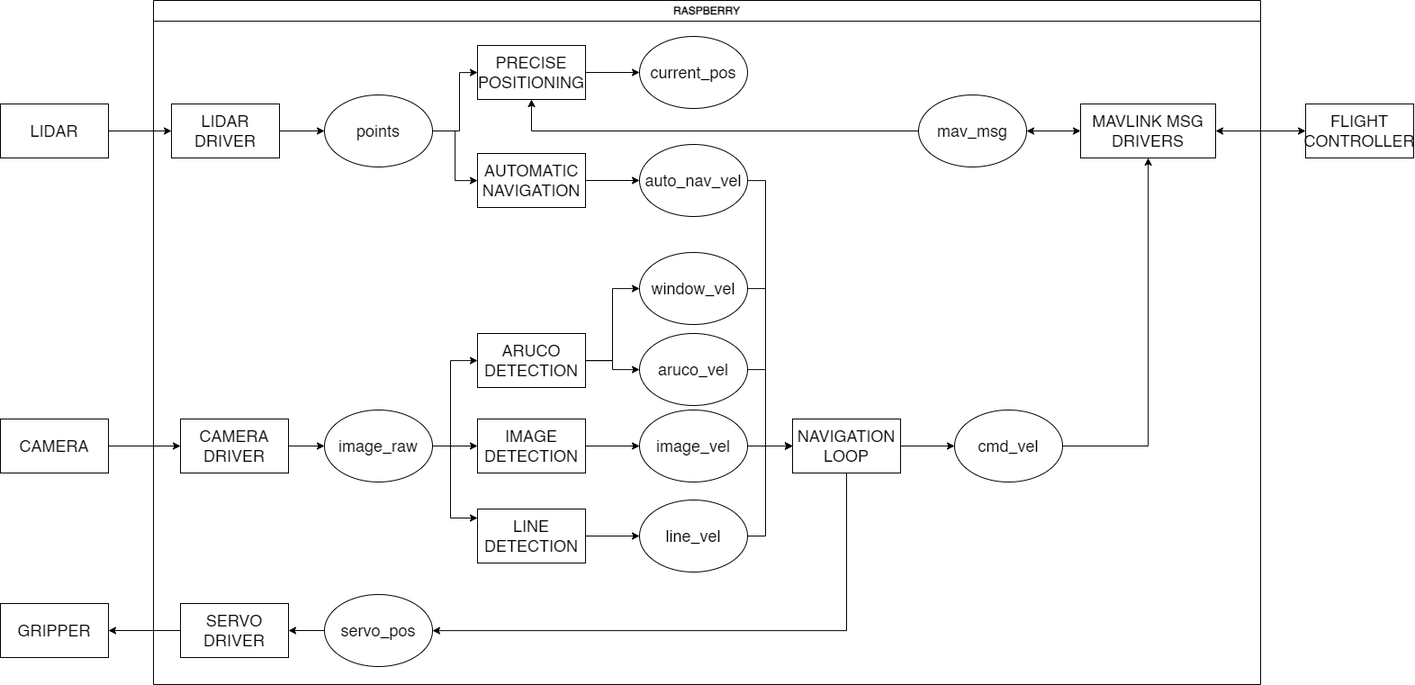
Above: ros_diagram.drawio.png in Mi-LeV/Concours_Droneload_2025 (draw.io), before the change. Source tidied: cells renumbered, new cells last; positions are measured from the earlier drawing's top-left corner, leaving out a move shared by most shapes.
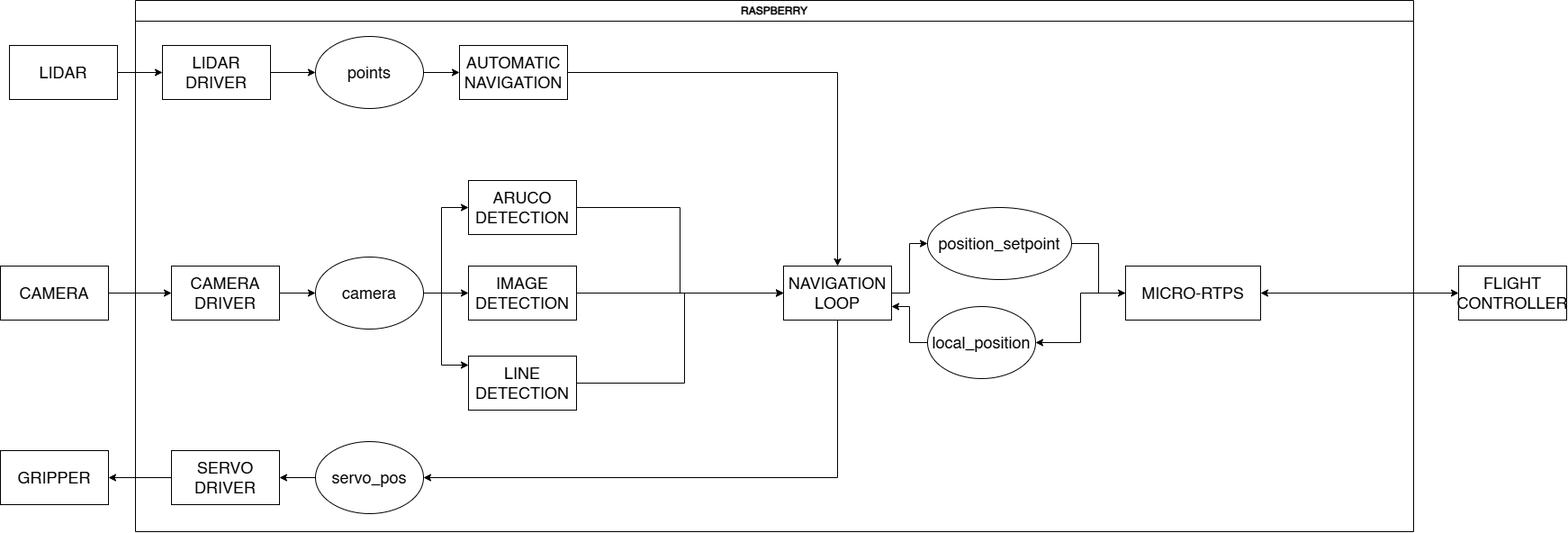
The same diagram one commit later.

Commit message:
Mettre à jour ros_diagram.drawio.png

Diff of the diagram source:
```diff
@@ -3,107 +3,75 @@
     <mxCell id="0" />
     <mxCell id="1" parent="0" />
     <mxCell id="2" value="RASPBERRY" style="swimlane;whiteSpace=wrap;html=1;" parent="1" vertex="1">
-      <mxGeometry x="170" width="1230" height="760" as="geometry" />
+      <mxGeometry x="140" y="70" width="1420" height="590" as="geometry" />
     </mxCell>
     <mxCell id="3" style="edgeStyle=orthogonalEdgeStyle;rounded=0;jettySize=auto;html=1;" parent="2" edge="1" source="4" target="7">
       <mxGeometry relative="1" as="geometry" />
     </mxCell>
     <mxCell id="4" value="LIDAR DRIVER" style="rounded=0;whiteSpace=wrap;html=1;fontSize=18;" parent="2" vertex="1">
-      <mxGeometry x="20" y="115" width="120" height="60" as="geometry" />
+      <mxGeometry x="30" y="50" width="120" height="60" as="geometry" />
     </mxCell>
-    <mxCell id="5" style="edgeStyle=orthogonalEdgeStyle;rounded=0;jettySize=auto;html=1;" parent="2" edge="1" source="7" target="11">
-      <mxGeometry relative="1" as="geometry">
-        <Array as="points">
-          <mxPoint x="340" y="145" />
-          <mxPoint x="340" y="80" />
-        </Array>
-      </mxGeometry>
-    </mxCell>
     <mxCell id="6" style="edgeStyle=orthogonalEdgeStyle;rounded=0;jettySize=auto;html=1;" parent="2" edge="1" source="7" target="9">
       <mxGeometry relative="1" as="geometry" />
     </mxCell>
     <mxCell id="7" value="&lt;font&gt;points&lt;/font&gt;" style="ellipse;whiteSpace=wrap;html=1;fontSize=18;" parent="2" vertex="1">
-      <mxGeometry x="190" y="105" width="120" height="80" as="geometry" />
+      <mxGeometry x="200" y="40" width="120" height="80" as="geometry" />
     </mxCell>
-    <mxCell id="8" style="edgeStyle=orthogonalEdgeStyle;rounded=0;jettySize=auto;html=1;" parent="2" edge="1" source="9" target="42">
-      <mxGeometry relative="1" as="geometry" />
-    </mxCell>
+    <mxCell id="56" style="edgeStyle=orthogonalEdgeStyle;rounded=0;jettySize=auto;html=1;" parent="2" edge="1" source="9" target="40">
+      <mxGeometry relative="1" as="geometry" />
+    </mxCell>
     <mxCell id="9" value="AUTOMATIC NAVIGATION" style="rounded=0;whiteSpace=wrap;html=1;fontSize=18;" parent="2" vertex="1">
-      <mxGeometry x="360" y="170" width="120" height="60" as="geometry" />
+      <mxGeometry x="360" y="50" width="120" height="60" as="geometry" />
     </mxCell>
-    <mxCell id="10" style="edgeStyle=orthogonalEdgeStyle;rounded=0;jettySize=auto;html=1;" parent="2" edge="1" source="11" target="45">
-      <mxGeometry relative="1" as="geometry" />
-    </mxCell>
-    <mxCell id="11" value="PRECISE POSITIONING" style="rounded=0;whiteSpace=wrap;html=1;fontSize=18;" parent="2" vertex="1">
-      <mxGeometry x="360" y="50" width="120" height="60" as="geometry" />
-    </mxCell>
-    <mxCell id="12" value="MAVLINK MSG DRIVERS" style="rounded=0;whiteSpace=wrap;html=1;fontSize=18;" parent="2" vertex="1">
-      <mxGeometry x="1030" y="115" width="150" height="60" as="geometry" />
-    </mxCell>
-    <mxCell id="13" style="edgeStyle=orthogonalEdgeStyle;rounded=0;jettySize=auto;html=1;startArrow=classic;startFill=1;" parent="2" edge="1" source="15" target="12">
+    <mxCell id="13" style="edgeStyle=orthogonalEdgeStyle;rounded=0;jettySize=auto;html=1;" parent="2" edge="1" source="15" target="12">
       <mxGeometry relative="1" as="geometry" />
     </mxCell>
-    <mxCell id="14" style="edgeStyle=orthogonalEdgeStyle;rounded=0;jettySize=auto;html=1;" parent="2" edge="1" source="15" target="11">
-      <mxGeometry relative="1" as="geometry">
-        <Array as="points">
-          <mxPoint x="420" y="145" />
-        </Array>
-      </mxGeometry>
-    </mxCell>
-    <mxCell id="15" value="&lt;font&gt;mav_msg&lt;/font&gt;" style="ellipse;whiteSpace=wrap;html=1;fontSize=18;" parent="2" vertex="1">
-      <mxGeometry x="850" y="105" width="120" height="80" as="geometry" />
+    <mxCell id="15" value="position_setpoint" style="ellipse;whiteSpace=wrap;html=1;fontSize=18;" parent="2" vertex="1">
+      <mxGeometry x="880" y="230" width="160" height="80" as="geometry" />
     </mxCell>
-    <mxCell id="16" style="edgeStyle=orthogonalEdgeStyle;rounded=0;jettySize=auto;html=1;" parent="2" edge="1" source="18" target="33">
-      <mxGeometry relative="1" as="geometry">
-        <Array as="points">
-          <mxPoint x="510" y="400" />
-          <mxPoint x="510" y="410" />
-        </Array>
-      </mxGeometry>
-    </mxCell>
-    <mxCell id="17" style="edgeStyle=orthogonalEdgeStyle;rounded=0;jettySize=auto;html=1;" parent="2" edge="1" source="18" target="47">
-      <mxGeometry relative="1" as="geometry">
-        <Array as="points">
-          <mxPoint x="510" y="400" />
-          <mxPoint x="510" y="320" />
-        </Array>
-      </mxGeometry>
-    </mxCell>
+    <mxCell id="57" style="edgeStyle=orthogonalEdgeStyle;rounded=0;jettySize=auto;html=1;entryX=0;entryY=0.5;entryDx=0;entryDy=0;" parent="2" edge="1" source="18" target="40">
+      <mxGeometry relative="1" as="geometry" />
+    </mxCell>
     <mxCell id="18" value="ARUCO DETECTION" style="rounded=0;whiteSpace=wrap;html=1;fontSize=18;" parent="2" vertex="1">
-      <mxGeometry x="360" y="370" width="120" height="60" as="geometry" />
+      <mxGeometry x="370" y="200" width="120" height="60" as="geometry" />
     </mxCell>
-    <mxCell id="19" style="edgeStyle=orthogonalEdgeStyle;rounded=0;jettySize=auto;html=1;" parent="2" edge="1" source="20" target="35">
-      <mxGeometry relative="1" as="geometry" />
-    </mxCell>
+    <mxCell id="58" style="edgeStyle=orthogonalEdgeStyle;rounded=0;jettySize=auto;html=1;" parent="2" edge="1" source="20" target="40">
+      <mxGeometry relative="1" as="geometry" />
+    </mxCell>
     <mxCell id="20" value="IMAGE DETECTION" style="rounded=0;whiteSpace=wrap;html=1;fontSize=18;" parent="2" vertex="1">
-      <mxGeometry x="360" y="465" width="120" height="60" as="geometry" />
+      <mxGeometry x="370" y="295" width="120" height="60" as="geometry" />
     </mxCell>
-    <mxCell id="21" style="edgeStyle=orthogonalEdgeStyle;rounded=0;jettySize=auto;html=1;" parent="2" edge="1" source="22" target="37">
-      <mxGeometry relative="1" as="geometry" />
-    </mxCell>
+    <mxCell id="59" style="edgeStyle=orthogonalEdgeStyle;rounded=0;jettySize=auto;html=1;" parent="2" edge="1" source="22" target="40">
+      <mxGeometry relative="1" as="geometry">
+        <Array as="points">
+          <mxPoint x="610" y="425" />
+          <mxPoint x="610" y="325" />
+        </Array>
+      </mxGeometry>
+    </mxCell>
     <mxCell id="22" value="LINE DETECTION" style="rounded=0;whiteSpace=wrap;html=1;fontSize=18;" parent="2" vertex="1">
-      <mxGeometry x="360" y="565" width="120" height="60" as="geometry" />
+      <mxGeometry x="370" y="395" width="120" height="60" as="geometry" />
     </mxCell>
     <mxCell id="23" value="SERVO DRIVER" style="rounded=0;whiteSpace=wrap;html=1;fontSize=18;" parent="2" vertex="1">
-      <mxGeometry x="30" y="670" width="120" height="60" as="geometry" />
+      <mxGeometry x="40" y="500" width="120" height="60" as="geometry" />
     </mxCell>
     <mxCell id="24" style="edgeStyle=orthogonalEdgeStyle;rounded=0;jettySize=auto;html=1;" parent="2" edge="1" source="25" target="23">
       <mxGeometry relative="1" as="geometry" />
     </mxCell>
     <mxCell id="25" value="&lt;font&gt;servo_pos&lt;/font&gt;" style="ellipse;whiteSpace=wrap;html=1;fontSize=18;" parent="2" vertex="1">
-      <mxGeometry x="190" y="660" width="120" height="80" as="geometry" />
+      <mxGeometry x="200" y="490" width="120" height="80" as="geometry" />
     </mxCell>
     <mxCell id="26" style="edgeStyle=orthogonalEdgeStyle;rounded=0;jettySize=auto;html=1;" parent="2" edge="1" source="27" target="31">
       <mxGeometry relative="1" as="geometry" />
     </mxCell>
     <mxCell id="27" value="CAMERA DRIVER" style="rounded=0;whiteSpace=wrap;html=1;fontSize=18;" parent="2" vertex="1">
-      <mxGeometry x="30" y="465" width="120" height="60" as="geometry" />
+      <mxGeometry x="40" y="295" width="120" height="60" as="geometry" />
     </mxCell>
     <mxCell id="28" style="edgeStyle=orthogonalEdgeStyle;rounded=0;jettySize=auto;html=1;" parent="2" edge="1" source="31" target="18">
       <mxGeometry relative="1" as="geometry">
         <Array as="points">
-          <mxPoint x="330" y="495" />
-          <mxPoint x="330" y="400" />
+          <mxPoint x="340" y="325" />
+          <mxPoint x="340" y="230" />
         </Array>
       </mxGeometry>
     </mxCell>
@@ -113,109 +81,62 @@
     <mxCell id="30" style="edgeStyle=orthogonalEdgeStyle;rounded=0;jettySize=auto;html=1;" parent="2" edge="1" source="31" target="22">
       <mxGeometry relative="1" as="geometry">
         <Array as="points">
-          <mxPoint x="330" y="495" />
-          <mxPoint x="330" y="575" />
+          <mxPoint x="340" y="325" />
+          <mxPoint x="340" y="405" />
         </Array>
       </mxGeometry>
     </mxCell>
-    <mxCell id="31" value="&lt;font&gt;image_raw&lt;/font&gt;" style="ellipse;whiteSpace=wrap;html=1;fontSize=18;" parent="2" vertex="1">
-      <mxGeometry x="190" y="455" width="120" height="80" as="geometry" />
+    <mxCell id="31" value="&lt;font&gt;camera&lt;/font&gt;" style="ellipse;whiteSpace=wrap;html=1;fontSize=18;" parent="2" vertex="1">
+      <mxGeometry x="200" y="285" width="120" height="80" as="geometry" />
     </mxCell>
-    <mxCell id="32" style="edgeStyle=orthogonalEdgeStyle;rounded=0;jettySize=auto;html=1;" parent="2" edge="1" source="33" target="40">
-      <mxGeometry relative="1" as="geometry">
-        <Array as="points">
-          <mxPoint x="680" y="410" />
-          <mxPoint x="680" y="495" />
-        </Array>
-      </mxGeometry>
-    </mxCell>
-    <mxCell id="33" value="&lt;font&gt;aruco_vel&lt;/font&gt;" style="ellipse;whiteSpace=wrap;html=1;fontSize=18;" parent="2" vertex="1">
-      <mxGeometry x="540" y="370" width="120" height="80" as="geometry" />
-    </mxCell>
-    <mxCell id="34" style="edgeStyle=orthogonalEdgeStyle;rounded=0;jettySize=auto;html=1;" parent="2" edge="1" source="35" target="40">
-      <mxGeometry relative="1" as="geometry" />
-    </mxCell>
-    <mxCell id="35" value="&lt;font&gt;image_vel&lt;/font&gt;" style="ellipse;whiteSpace=wrap;html=1;fontSize=18;" parent="2" vertex="1">
-      <mxGeometry x="540" y="455" width="120" height="80" as="geometry" />
-    </mxCell>
-    <mxCell id="36" style="edgeStyle=orthogonalEdgeStyle;rounded=0;jettySize=auto;html=1;" parent="2" edge="1" source="37" target="40">
-      <mxGeometry relative="1" as="geometry">
-        <Array as="points">
-          <mxPoint x="680" y="595" />
-          <mxPoint x="680" y="495" />
-        </Array>
-      </mxGeometry>
-    </mxCell>
-    <mxCell id="37" value="&lt;font&gt;line_vel&lt;/font&gt;" style="ellipse;whiteSpace=wrap;html=1;fontSize=18;" parent="2" vertex="1">
-      <mxGeometry x="540" y="555" width="120" height="80" as="geometry" />
-    </mxCell>
-    <mxCell id="38" style="edgeStyle=orthogonalEdgeStyle;rounded=0;jettySize=auto;html=1;" parent="2" edge="1" source="40" target="44">
-      <mxGeometry relative="1" as="geometry" />
-    </mxCell>
     <mxCell id="39" style="edgeStyle=orthogonalEdgeStyle;rounded=0;jettySize=auto;html=1;" parent="2" edge="1" source="40" target="25">
       <mxGeometry relative="1" as="geometry">
         <Array as="points">
-          <mxPoint x="770" y="700" />
+          <mxPoint x="780" y="530" />
         </Array>
       </mxGeometry>
     </mxCell>
+    <mxCell id="60" style="edgeStyle=orthogonalEdgeStyle;rounded=0;jettySize=auto;html=1;entryX=0;entryY=0.5;entryDx=0;entryDy=0;" parent="2" edge="1" source="40" target="15">
+      <mxGeometry relative="1" as="geometry" />
+    </mxCell>
     <mxCell id="40" value="NAVIGATION LOOP" style="rounded=0;whiteSpace=wrap;html=1;fontSize=18;" parent="2" vertex="1">
-      <mxGeometry x="710" y="465" width="120" height="60" as="geometry" />
+      <mxGeometry x="720" y="295" width="120" height="60" as="geometry" />
     </mxCell>
-    <mxCell id="41" style="edgeStyle=orthogonalEdgeStyle;rounded=0;jettySize=auto;html=1;" parent="2" edge="1" source="42" target="40">
-      <mxGeometry relative="1" as="geometry">
-        <Array as="points">
-          <mxPoint x="680" y="200" />
-          <mxPoint x="680" y="495" />
-        </Array>
-      </mxGeometry>
-    </mxCell>
-    <mxCell id="42" value="auto_nav_vel" style="ellipse;whiteSpace=wrap;html=1;fontSize=18;" parent="2" vertex="1">
-      <mxGeometry x="540" y="160" width="120" height="80" as="geometry" />
-    </mxCell>
-    <mxCell id="43" style="edgeStyle=orthogonalEdgeStyle;rounded=0;jettySize=auto;html=1;" parent="2" edge="1" source="44" target="12">
-      <mxGeometry relative="1" as="geometry" />
-    </mxCell>
-    <mxCell id="44" value="cmd_vel" style="ellipse;whiteSpace=wrap;html=1;fontSize=18;" parent="2" vertex="1">
-      <mxGeometry x="890" y="455" width="120" height="80" as="geometry" />
-    </mxCell>
-    <mxCell id="45" value="&lt;font&gt;current_pos&lt;/font&gt;" style="ellipse;whiteSpace=wrap;html=1;fontSize=18;" parent="2" vertex="1">
-      <mxGeometry x="540" y="40" width="120" height="80" as="geometry" />
-    </mxCell>
-    <mxCell id="46" style="edgeStyle=orthogonalEdgeStyle;rounded=0;jettySize=auto;html=1;" parent="2" edge="1" source="47" target="40">
-      <mxGeometry relative="1" as="geometry">
-        <Array as="points">
-          <mxPoint x="680" y="320" />
-          <mxPoint x="680" y="495" />
-        </Array>
-      </mxGeometry>
-    </mxCell>
-    <mxCell id="47" value="&lt;font&gt;window_vel&lt;/font&gt;" style="ellipse;whiteSpace=wrap;html=1;fontSize=18;" parent="2" vertex="1">
-      <mxGeometry x="540" y="280" width="120" height="80" as="geometry" />
-    </mxCell>
+    <mxCell id="61" style="edgeStyle=orthogonalEdgeStyle;rounded=0;jettySize=auto;html=1;entryX=1;entryY=0.75;entryDx=0;entryDy=0;" parent="2" edge="1" source="62" target="40">
+      <mxGeometry relative="1" as="geometry" />
+    </mxCell>
+    <mxCell id="62" value="local_position" style="ellipse;whiteSpace=wrap;html=1;fontSize=18;" parent="2" vertex="1">
+      <mxGeometry x="880" y="340" width="120" height="80" as="geometry" />
+    </mxCell>
+    <mxCell id="63" style="edgeStyle=orthogonalEdgeStyle;rounded=0;jettySize=auto;html=1;" parent="2" edge="1" source="12" target="62">
+      <mxGeometry relative="1" as="geometry" />
+    </mxCell>
+    <mxCell id="12" value="MICRO-RTPS" style="rounded=0;whiteSpace=wrap;html=1;fontSize=18;" parent="2" vertex="1">
+      <mxGeometry x="1100" y="295" width="150" height="60" as="geometry" />
+    </mxCell>
-    <mxCell id="48" style="edgeStyle=orthogonalEdgeStyle;rounded=0;jettySize=auto;html=1;" parent="1" edge="1" source="49" target="4">
+    <mxCell id="48" style="edgeStyle=orthogonalEdgeStyle;rounded=0;jettySize=auto;html=1;" parent="2" edge="1" source="49" target="4">
       <mxGeometry relative="1" as="geometry" />
     </mxCell>
-    <mxCell id="49" value="LIDAR" style="rounded=0;whiteSpace=wrap;html=1;fontSize=18;" parent="1" vertex="1">
-      <mxGeometry y="115" width="120" height="60" as="geometry" />
+    <mxCell id="49" value="LIDAR" style="rounded=0;whiteSpace=wrap;html=1;fontSize=18;" parent="2" vertex="1">
+      <mxGeometry x="-140" y="50" width="120" height="60" as="geometry" />
     </mxCell>
-    <mxCell id="50" value="FLIGHT CONTROLLER" style="rounded=0;whiteSpace=wrap;html=1;fontSize=18;" parent="1" vertex="1">
-      <mxGeometry x="1450" y="115" width="120" height="60" as="geometry" />
-    </mxCell>
-    <mxCell id="51" style="edgeStyle=orthogonalEdgeStyle;rounded=0;jettySize=auto;html=1;startArrow=classic;startFill=1;" parent="1" edge="1" source="12" target="50">
-      <mxGeometry relative="1" as="geometry" />
-    </mxCell>
-    <mxCell id="52" value="CAMERA" style="rounded=0;whiteSpace=wrap;html=1;fontSize=18;" parent="1" vertex="1">
-      <mxGeometry y="465" width="120" height="60" as="geometry" />
+    <mxCell id="52" value="CAMERA" style="rounded=0;whiteSpace=wrap;html=1;fontSize=18;" parent="2" vertex="1">
+      <mxGeometry x="-150" y="295" width="120" height="60" as="geometry" />
     </mxCell>
-    <mxCell id="53" style="edgeStyle=orthogonalEdgeStyle;rounded=0;jettySize=auto;html=1;" parent="1" edge="1" source="52" target="27">
+    <mxCell id="53" style="edgeStyle=orthogonalEdgeStyle;rounded=0;jettySize=auto;html=1;" parent="2" edge="1" source="52" target="27">
       <mxGeometry relative="1" as="geometry" />
     </mxCell>
-    <mxCell id="54" value="GRIPPER" style="rounded=0;whiteSpace=wrap;html=1;fontSize=18;" parent="1" vertex="1">
-      <mxGeometry y="670" width="120" height="60" as="geometry" />
+    <mxCell id="54" value="GRIPPER" style="rounded=0;whiteSpace=wrap;html=1;fontSize=18;" parent="2" vertex="1">
+      <mxGeometry x="-150" y="500" width="120" height="60" as="geometry" />
     </mxCell>
-    <mxCell id="55" style="edgeStyle=orthogonalEdgeStyle;rounded=0;jettySize=auto;html=1;" parent="1" edge="1" source="23" target="54">
+    <mxCell id="55" style="edgeStyle=orthogonalEdgeStyle;rounded=0;jettySize=auto;html=1;" parent="2" edge="1" source="23" target="54">
       <mxGeometry relative="1" as="geometry" />
     </mxCell>
+    <mxCell id="50" value="FLIGHT CONTROLLER" style="rounded=0;whiteSpace=wrap;html=1;fontSize=18;" parent="1" vertex="1">
+      <mxGeometry x="1610" y="365" width="120" height="60" as="geometry" />
+    </mxCell>
+    <mxCell id="51" style="edgeStyle=orthogonalEdgeStyle;rounded=0;jettySize=auto;html=1;startArrow=classic;startFill=1;" parent="1" edge="1" source="12" target="50">
+      <mxGeometry relative="1" as="geometry" />
+    </mxCell>
   </root>
 </mxGraphModel>
```
